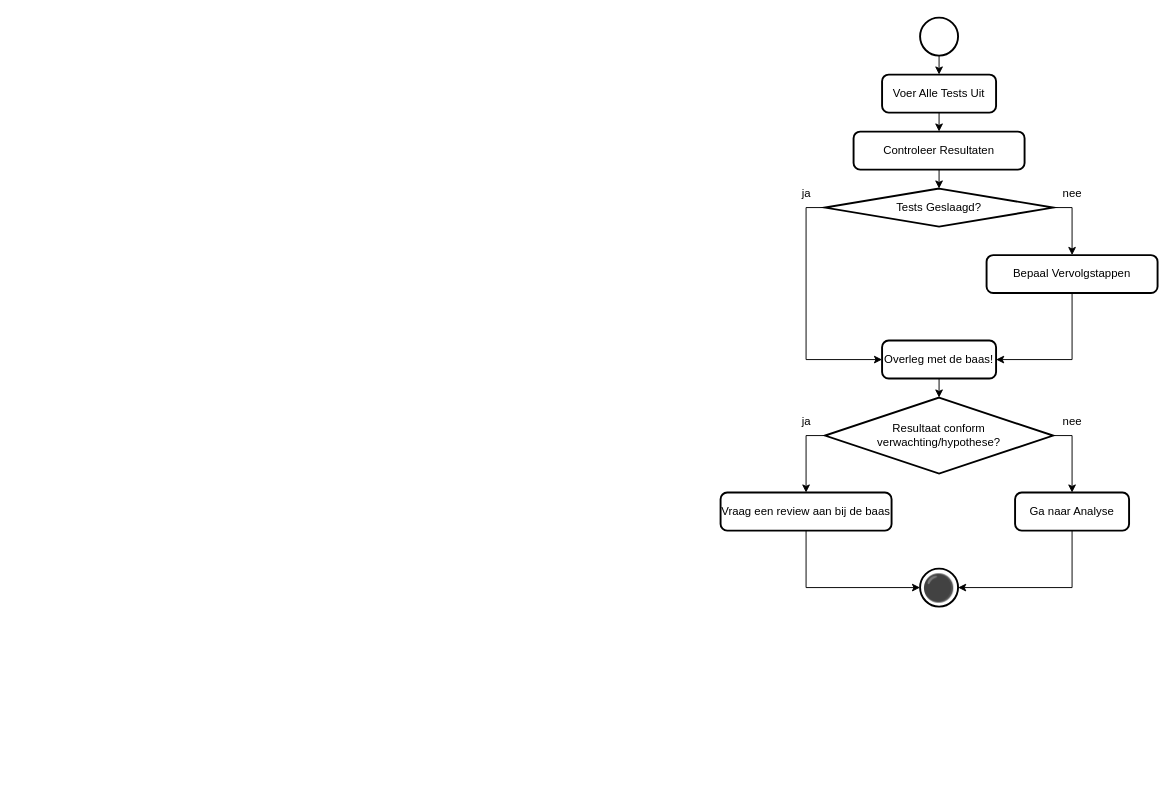
This is 5 Issue Tracker test.drawio from Zaibatsu89/IssueTracker, a draw.io file, before an edit. Source tidied: cells renumbered, new cells numbered last; positions are measured from the earlier drawing's top-left corner, leaving out a move shared by most shapes. Both pictures are drawn from the tidied source at 95%, with x=0, y=0 at pixel (720, 17).
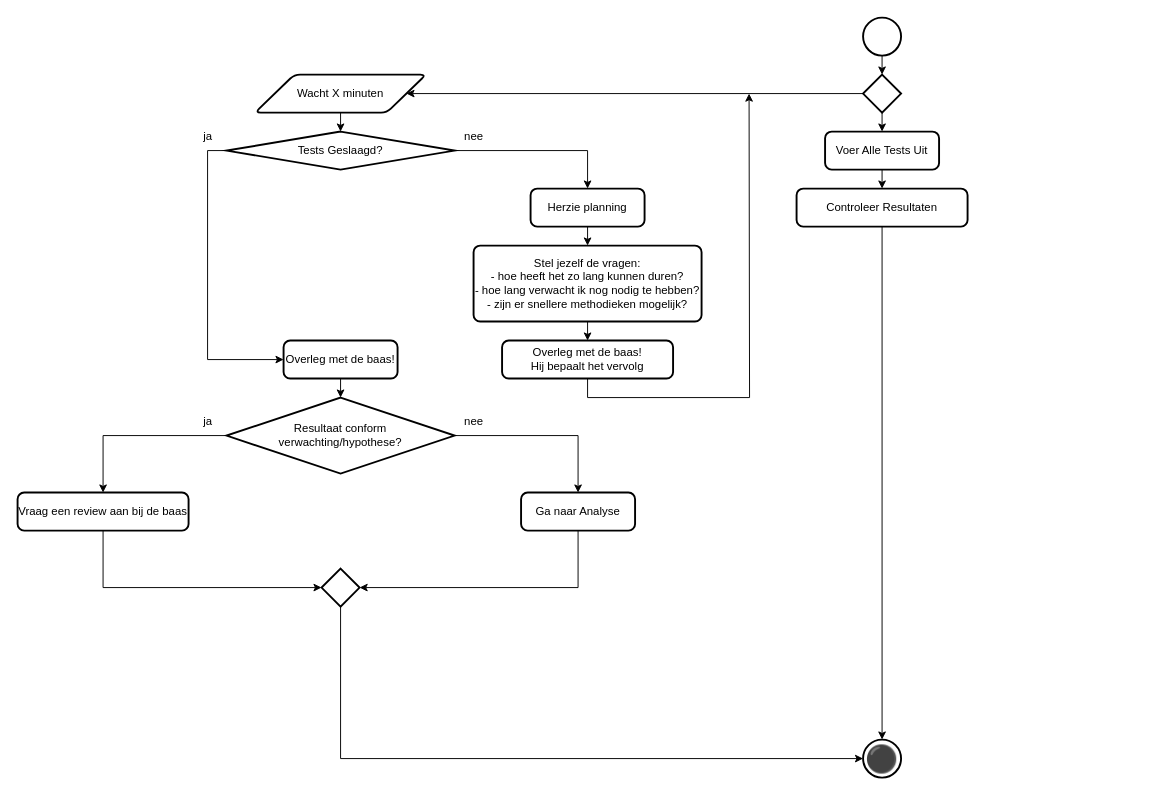
After the change.

What changed in the source:
```diff
@@
-    <mxCell id="2" style="edgeStyle=orthogonalEdgeStyle;rounded=0;jettySize=auto;html=1;exitX=0.5;exitY=1;exitDx=0;exitDy=0;exitPerimeter=0;entryX=0.5;entryY=0;entryDx=0;entryDy=0;" parent="1" edge="1" source="3" target="5">
-      <mxGeometry relative="1" as="geometry" />
-    </mxCell>
     <mxCell id="3" style="strokeWidth=2;html=1;shape=mxgraph.flowchart.start_2;whiteSpace=wrap;" parent="1" vertex="1">
-      <mxGeometry x="210" width="40" height="40" as="geometry" />
+      <mxGeometry x="150" width="40" height="40" as="geometry" />
     </mxCell>
@@
     <mxCell id="5" value="Voer Alle Tests Uit" style="rounded=1;whiteSpace=wrap;html=1;absoluteArcSize=1;arcSize=14;strokeWidth=2;" parent="1" vertex="1">
-      <mxGeometry x="170" y="60" width="120" height="40" as="geometry" />
+      <mxGeometry x="110" y="120" width="120" height="40" as="geometry" />
     </mxCell>
     <mxCell id="6" value="Controleer Resultaten" style="rounded=1;whiteSpace=wrap;html=1;absoluteArcSize=1;arcSize=14;strokeWidth=2;" parent="1" vertex="1">
-      <mxGeometry x="140" y="120" width="180" height="40" as="geometry" />
+      <mxGeometry x="80" y="180" width="180" height="40" as="geometry" />
     </mxCell>
-    <mxCell id="7" style="edgeStyle=orthogonalEdgeStyle;rounded=0;jettySize=auto;html=1;exitX=1;exitY=0.5;exitDx=0;exitDy=0;exitPerimeter=0;entryX=0.5;entryY=0;entryDx=0;entryDy=0;" parent="1" edge="1" source="9" target="13">
-      <mxGeometry relative="1" as="geometry" />
-    </mxCell>
@@
+    <mxCell id="27" style="edgeStyle=orthogonalEdgeStyle;rounded=0;jettySize=auto;html=1;exitX=1;exitY=0.5;exitDx=0;exitDy=0;exitPerimeter=0;entryX=0.5;entryY=0;entryDx=0;entryDy=0;" parent="1" edge="1" source="9" target="35">
+      <mxGeometry relative="1" as="geometry" />
+    </mxCell>
     <mxCell id="9" value="Tests Geslaagd?" style="strokeWidth=2;html=1;shape=mxgraph.flowchart.decision;whiteSpace=wrap;" parent="1" vertex="1">
-      <mxGeometry x="110" y="180" width="240" height="40" as="geometry" />
+      <mxGeometry x="-520" y="120" width="240" height="40" as="geometry" />
     </mxCell>
-    <mxCell id="10" style="edgeStyle=orthogonalEdgeStyle;rounded=0;jettySize=auto;html=1;exitX=0.5;exitY=1;exitDx=0;exitDy=0;entryX=0.5;entryY=0;entryDx=0;entryDy=0;entryPerimeter=0;" parent="1" edge="1" source="6" target="9">
-      <mxGeometry relative="1" as="geometry" />
-    </mxCell>
     <mxCell id="11" value="Vraag een review aan bij de baas" style="rounded=1;whiteSpace=wrap;html=1;absoluteArcSize=1;arcSize=14;strokeWidth=2;" parent="1" vertex="1">
-      <mxGeometry y="500" width="180" height="40" as="geometry" />
+      <mxGeometry x="-740" y="500" width="180" height="40" as="geometry" />
     </mxCell>
-    <mxCell id="12" style="edgeStyle=orthogonalEdgeStyle;rounded=0;jettySize=auto;html=1;exitX=0.5;exitY=1;exitDx=0;exitDy=0;entryX=1;entryY=0.5;entryDx=0;entryDy=0;" parent="1" edge="1" source="13" target="18">
-      <mxGeometry relative="1" as="geometry" />
-    </mxCell>
-    <mxCell id="13" value="Bepaal Vervolgstappen" style="rounded=1;whiteSpace=wrap;html=1;absoluteArcSize=1;arcSize=14;strokeWidth=2;" parent="1" vertex="1">
-      <mxGeometry x="280" y="250" width="180" height="40" as="geometry" />
-    </mxCell>
     <mxCell id="14" value="Ga naar Analyse" style="rounded=1;whiteSpace=wrap;html=1;absoluteArcSize=1;arcSize=14;strokeWidth=2;" parent="1" vertex="1">
-      <mxGeometry x="310" y="500" width="120" height="40" as="geometry" />
+      <mxGeometry x="-210" y="500" width="120" height="40" as="geometry" />
     </mxCell>
-    <mxCell id="15" value="⚫" style="strokeWidth=2;html=1;shape=mxgraph.flowchart.start_2;whiteSpace=wrap;fontSize=28;" parent="1" vertex="1">
-      <mxGeometry x="210" y="580" width="40" height="40" as="geometry" />
-    </mxCell>
     <mxCell id="16" value="ja" style="text;html=1;align=center;verticalAlign=middle;strokeColor=none;fillColor=none;" parent="1" vertex="1">
-      <mxGeometry x="75" y="170" width="30" height="30" as="geometry" />
+      <mxGeometry x="-555" y="110" width="30" height="30" as="geometry" />
     </mxCell>
     <mxCell id="17" value="nee" style="text;html=1;align=center;verticalAlign=middle;strokeColor=none;fillColor=none;" parent="1" vertex="1">
-      <mxGeometry x="350" y="170" width="40" height="30" as="geometry" />
+      <mxGeometry x="-280" y="110" width="40" height="30" as="geometry" />
     </mxCell>
     <mxCell id="18" value="Overleg met de baas!" style="rounded=1;whiteSpace=wrap;html=1;absoluteArcSize=1;arcSize=14;strokeWidth=2;" parent="1" vertex="1">
-      <mxGeometry x="170" y="340" width="120" height="40" as="geometry" />
+      <mxGeometry x="-460" y="340" width="120" height="40" as="geometry" />
     </mxCell>
@@
     <mxCell id="21" value="Resultaat conform&lt;br&gt;verwachting/hypothese?" style="strokeWidth=2;html=1;shape=mxgraph.flowchart.decision;whiteSpace=wrap;" parent="1" vertex="1">
-      <mxGeometry x="110" y="400" width="240" height="80" as="geometry" />
+      <mxGeometry x="-520" y="400" width="240" height="80" as="geometry" />
     </mxCell>
     <mxCell id="22" value="ja" style="text;html=1;align=center;verticalAlign=middle;strokeColor=none;fillColor=none;" parent="1" vertex="1">
-      <mxGeometry x="75" y="410" width="30" height="30" as="geometry" />
+      <mxGeometry x="-555" y="410" width="30" height="30" as="geometry" />
     </mxCell>
     <mxCell id="23" value="nee" style="text;html=1;align=center;verticalAlign=middle;strokeColor=none;fillColor=none;" parent="1" vertex="1">
-      <mxGeometry x="350" y="410" width="40" height="30" as="geometry" />
+      <mxGeometry x="-280" y="410" width="40" height="30" as="geometry" />
     </mxCell>
@@
-    <mxCell id="25" style="edgeStyle=orthogonalEdgeStyle;rounded=0;jettySize=auto;html=1;exitX=0.5;exitY=1;exitDx=0;exitDy=0;entryX=0;entryY=0.5;entryDx=0;entryDy=0;entryPerimeter=0;" parent="1" edge="1" source="11" target="15">
-      <mxGeometry relative="1" as="geometry" />
-    </mxCell>
-    <mxCell id="26" style="edgeStyle=orthogonalEdgeStyle;rounded=0;jettySize=auto;html=1;exitX=0.5;exitY=1;exitDx=0;exitDy=0;entryX=1;entryY=0.5;entryDx=0;entryDy=0;entryPerimeter=0;" parent="1" edge="1" source="14" target="15">
-      <mxGeometry relative="1" as="geometry" />
-    </mxCell>
+    <mxCell id="28" style="edgeStyle=orthogonalEdgeStyle;rounded=0;jettySize=auto;html=1;exitX=0;exitY=0.5;exitDx=0;exitDy=0;exitPerimeter=0;entryX=1;entryY=0.5;entryDx=0;entryDy=0;" parent="1" edge="1" source="30" target="32">
+      <mxGeometry relative="1" as="geometry" />
+    </mxCell>
+    <mxCell id="29" style="edgeStyle=orthogonalEdgeStyle;rounded=0;jettySize=auto;html=1;exitX=0.5;exitY=1;exitDx=0;exitDy=0;exitPerimeter=0;entryX=0.5;entryY=0;entryDx=0;entryDy=0;" parent="1" edge="1" source="30" target="5">
+      <mxGeometry relative="1" as="geometry" />
+    </mxCell>
+    <mxCell id="30" style="strokeWidth=2;html=1;shape=mxgraph.flowchart.decision;whiteSpace=wrap;" parent="1" vertex="1">
+      <mxGeometry x="150" y="60" width="40" height="40" as="geometry" />
+    </mxCell>
+    <mxCell id="31" style="edgeStyle=orthogonalEdgeStyle;rounded=0;jettySize=auto;html=1;exitX=0.5;exitY=1;exitDx=0;exitDy=0;exitPerimeter=0;entryX=0.5;entryY=0;entryDx=0;entryDy=0;entryPerimeter=0;" parent="1" edge="1" source="3" target="30">
+      <mxGeometry relative="1" as="geometry" />
+    </mxCell>
+    <mxCell id="32" value="Wacht X minuten" style="shape=parallelogram;html=1;strokeWidth=2;perimeter=parallelogramPerimeter;whiteSpace=wrap;rounded=1;arcSize=12;size=0.23;" parent="1" vertex="1">
+      <mxGeometry x="-490" y="60" width="180" height="40" as="geometry" />
+    </mxCell>
+    <mxCell id="33" style="edgeStyle=orthogonalEdgeStyle;rounded=0;jettySize=auto;html=1;exitX=0.5;exitY=1;exitDx=0;exitDy=0;entryX=0.5;entryY=0;entryDx=0;entryDy=0;entryPerimeter=0;" parent="1" edge="1" source="32" target="9">
+      <mxGeometry relative="1" as="geometry" />
+    </mxCell>
+    <mxCell id="34" style="edgeStyle=orthogonalEdgeStyle;rounded=0;jettySize=auto;html=1;exitX=0.5;exitY=1;exitDx=0;exitDy=0;entryX=0.5;entryY=0;entryDx=0;entryDy=0;" parent="1" edge="1" source="35" target="37">
+      <mxGeometry relative="1" as="geometry" />
+    </mxCell>
+    <mxCell id="35" value="Herzie planning" style="rounded=1;whiteSpace=wrap;html=1;absoluteArcSize=1;arcSize=14;strokeWidth=2;" parent="1" vertex="1">
+      <mxGeometry x="-200" y="180" width="120" height="40" as="geometry" />
+    </mxCell>
+    <mxCell id="36" style="edgeStyle=orthogonalEdgeStyle;rounded=0;jettySize=auto;html=1;exitX=0.5;exitY=1;exitDx=0;exitDy=0;entryX=0.5;entryY=0;entryDx=0;entryDy=0;" parent="1" edge="1" source="37" target="39">
+      <mxGeometry relative="1" as="geometry" />
+    </mxCell>
+    <mxCell id="37" value="Stel jezelf de vragen:&lt;div&gt;- hoe heeft het zo lang kunnen duren?&lt;/div&gt;&lt;div&gt;- hoe lang verwacht ik nog nodig te hebben?&lt;/div&gt;&lt;div&gt;- zijn er snellere methodieken mogelijk?&lt;/div&gt;" style="rounded=1;whiteSpace=wrap;html=1;absoluteArcSize=1;arcSize=14;strokeWidth=2;" parent="1" vertex="1">
+      <mxGeometry x="-260" y="240" width="240" height="80" as="geometry" />
+    </mxCell>
+    <mxCell id="38" style="edgeStyle=orthogonalEdgeStyle;rounded=0;jettySize=auto;html=1;exitX=0.5;exitY=1;exitDx=0;exitDy=0;" parent="1" edge="1" source="39">
+      <mxGeometry relative="1" as="geometry">
+        <mxPoint x="30" y="80" as="targetPoint" />
+      </mxGeometry>
+    </mxCell>
+    <mxCell id="39" value="Overleg met de baas!&lt;br&gt;Hij bepaalt het vervolg" style="rounded=1;whiteSpace=wrap;html=1;absoluteArcSize=1;arcSize=14;strokeWidth=2;" parent="1" vertex="1">
+      <mxGeometry x="-230" y="340" width="180" height="40" as="geometry" />
+    </mxCell>
+    <mxCell id="15" value="⚫" style="strokeWidth=2;html=1;shape=mxgraph.flowchart.start_2;whiteSpace=wrap;fontSize=28;" parent="1" vertex="1">
+      <mxGeometry x="150" y="760" width="40" height="40" as="geometry" />
+    </mxCell>
+    <mxCell id="40" style="edgeStyle=orthogonalEdgeStyle;rounded=0;jettySize=auto;html=1;exitX=0.5;exitY=1;exitDx=0;exitDy=0;entryX=0.5;entryY=0;entryDx=0;entryDy=0;entryPerimeter=0;" parent="1" edge="1" source="6" target="15">
+      <mxGeometry relative="1" as="geometry" />
+    </mxCell>
+    <mxCell id="41" style="strokeWidth=2;html=1;shape=mxgraph.flowchart.decision;whiteSpace=wrap;" parent="1" vertex="1">
+      <mxGeometry x="-420" y="580" width="40" height="40" as="geometry" />
+    </mxCell>
+    <mxCell id="42" style="edgeStyle=orthogonalEdgeStyle;rounded=0;jettySize=auto;html=1;exitX=0.5;exitY=1;exitDx=0;exitDy=0;entryX=1;entryY=0.5;entryDx=0;entryDy=0;entryPerimeter=0;" parent="1" edge="1" source="14" target="41">
+      <mxGeometry relative="1" as="geometry" />
+    </mxCell>
+    <mxCell id="43" style="edgeStyle=orthogonalEdgeStyle;rounded=0;jettySize=auto;html=1;exitX=0.5;exitY=1;exitDx=0;exitDy=0;entryX=0;entryY=0.5;entryDx=0;entryDy=0;entryPerimeter=0;" parent="1" edge="1" source="11" target="41">
+      <mxGeometry relative="1" as="geometry" />
+    </mxCell>
+    <mxCell id="44" style="edgeStyle=orthogonalEdgeStyle;rounded=0;jettySize=auto;html=1;exitX=0.5;exitY=1;exitDx=0;exitDy=0;exitPerimeter=0;entryX=0;entryY=0.5;entryDx=0;entryDy=0;entryPerimeter=0;" parent="1" edge="1" source="41" target="15">
+      <mxGeometry relative="1" as="geometry" />
+    </mxCell>
```
